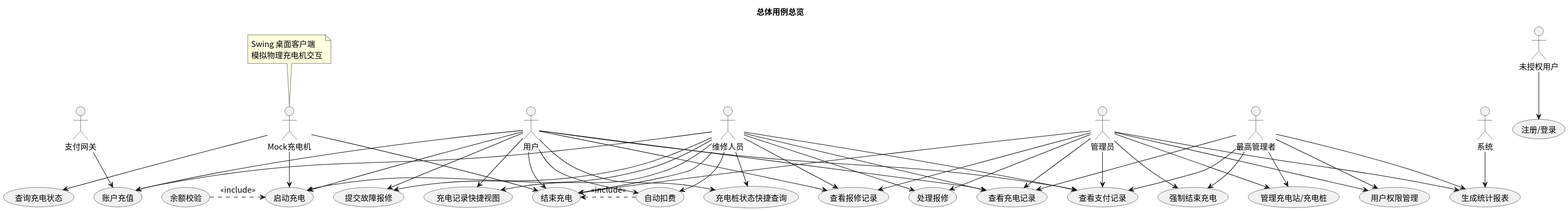
The PlantUML diagram usecase/docs/overview/img/usecase_overall.svg in greenhandzdl/charging-station-doc, before a commit.
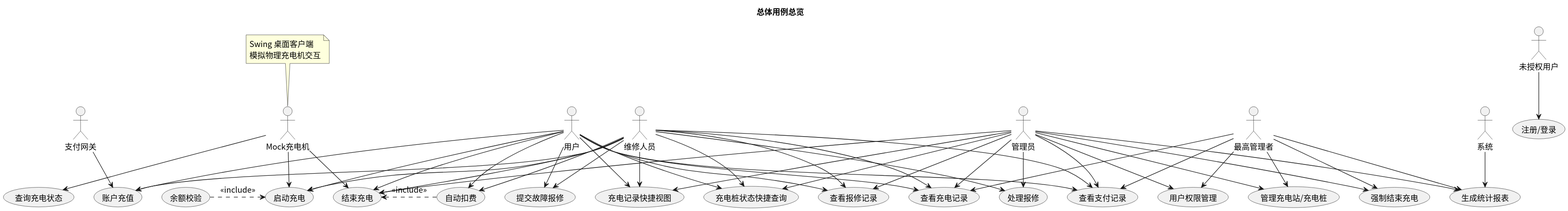
After the commit.

Commit message:
fix: 第三轮（最终）评估修复 — overall用例图补全A→QV/QC、admin_usecases补全M→VPR

Diff of the diagram source:
```diff
@@ -66,6 +66,8 @@
 A --> GS
 A --> FSC
 A --> EC
+A --> QV
+A --> QC
 SA --> MM
 SA --> PM
 SA --> GS
```
